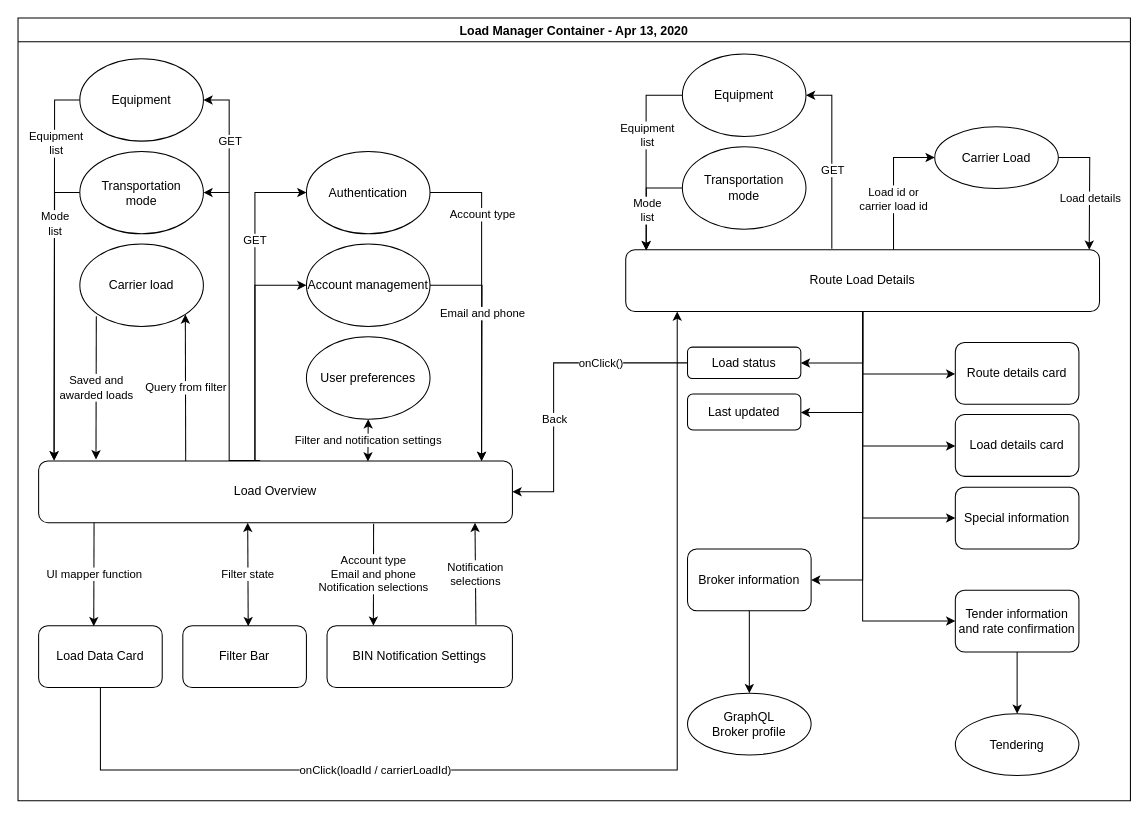
This is Untitled Diagram.drawio from eeevvaaa/drawio, a draw.io file, before an edit. Source tidied: cells renumbered, new cells numbered last; positions are measured from the earlier drawing's top-left corner, leaving out a move shared by most shapes. Both pictures are drawn from the tidied source at 103%, with x=0, y=0 at pixel (18, 18).
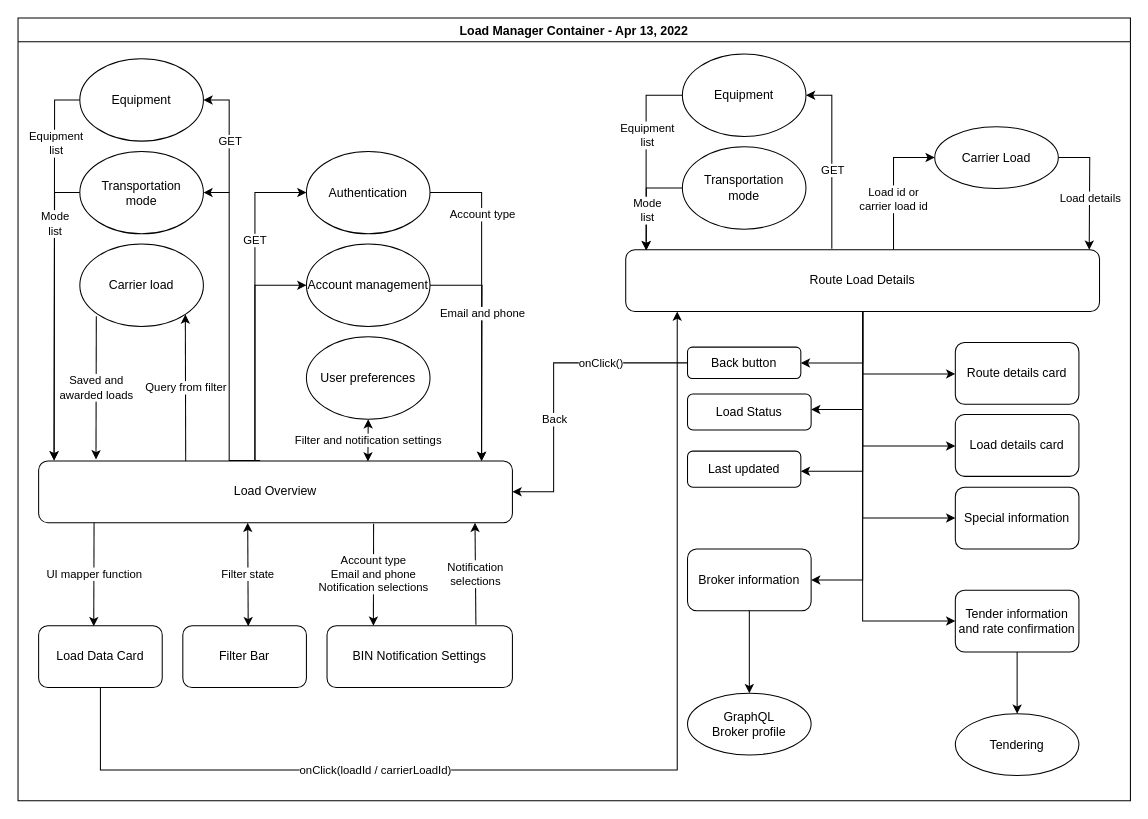
After the change.

Unchanged cells that the change refers to:
```xml
<mxCell id="35" value="Route Load Details" style="whiteSpace=wrap;html=1;rounded=1;" parent="2" vertex="1">
  <mxGeometry x="590" y="225" width="460" height="60" as="geometry" />
</mxCell>
```

Diff of the diagram source:
```diff
@@
-    <mxCell id="2" value="Load Manager Container - Apr 13, 2020" style="swimlane;" parent="1" vertex="1">
+    <mxCell id="2" value="Load Manager Container - Apr 13, 2022" style="swimlane;" parent="1" vertex="1">
       <mxGeometry width="1080" height="760" as="geometry" />
     </mxCell>
@@
-    <mxCell id="64" value="Load status" style="whiteSpace=wrap;html=1;rounded=1;" parent="2" vertex="1">
+    <mxCell id="64" value="Back button" style="whiteSpace=wrap;html=1;rounded=1;" parent="2" vertex="1">
       <mxGeometry x="650" y="319.5" width="110" height="30.5" as="geometry" />
     </mxCell>
@@
     <mxCell id="66" value="Last updated" style="whiteSpace=wrap;html=1;rounded=1;" parent="2" vertex="1">
-      <mxGeometry x="650" y="365" width="110" height="35" as="geometry" />
+      <mxGeometry x="650" y="420.5" width="110" height="35" as="geometry" />
     </mxCell>
     <mxCell id="67" style="edgeStyle=orthogonalEdgeStyle;rounded=0;jettySize=auto;html=1;" parent="2" edge="1" source="35" target="66">
       <mxGeometry relative="1" as="geometry">
         <Array as="points">
-          <mxPoint x="820" y="383" />
+          <mxPoint x="820" y="440" />
         </Array>
       </mxGeometry>
     </mxCell>
@@
+    <mxCell id="69" value="Load Status" style="whiteSpace=wrap;html=1;rounded=1;" parent="2" vertex="1">
+      <mxGeometry x="650" y="365" width="120" height="35" as="geometry" />
+    </mxCell>
+    <mxCell id="70" style="edgeStyle=orthogonalEdgeStyle;rounded=0;jettySize=auto;html=1;" parent="2" edge="1" source="35" target="69">
+      <mxGeometry relative="1" as="geometry">
+        <Array as="points">
+          <mxPoint x="820" y="380" />
+        </Array>
+      </mxGeometry>
+    </mxCell>
```
